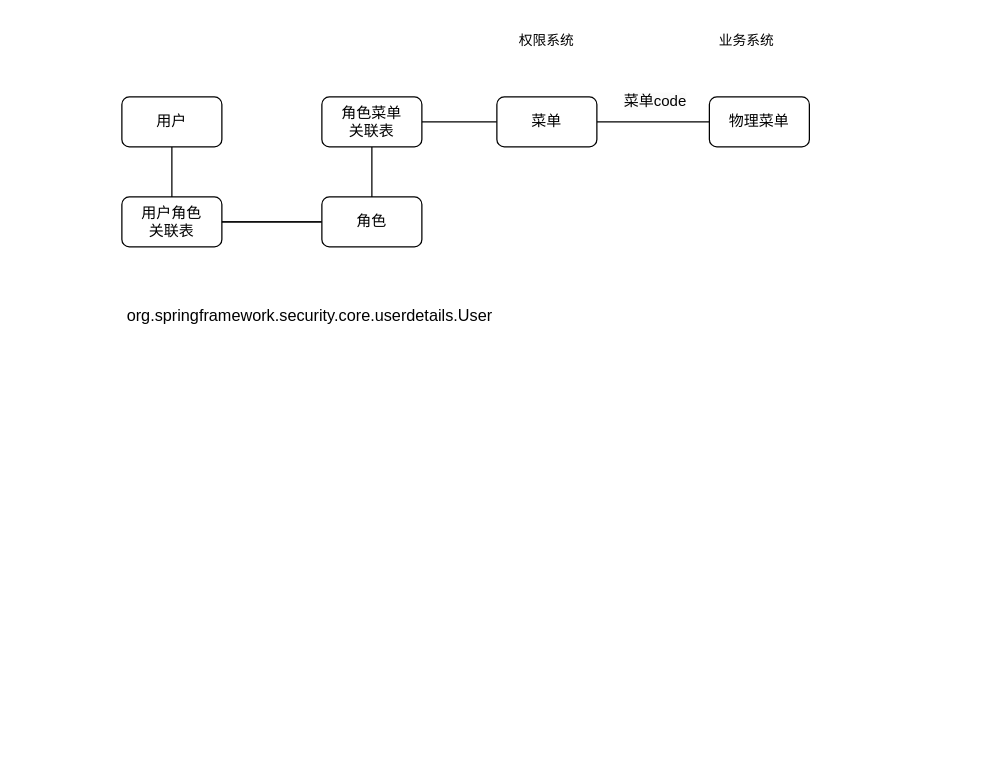
This is 权限模型-spirng authz.drawio from yamilinqh/spicedb, a draw.io file, before an edit. Source tidied: cells renumbered, new cells numbered last; positions are measured from the earlier drawing's top-left corner, leaving out a move shared by most shapes. Both pictures are drawn from the tidied source at 125%, with x=0, y=0 at pixel (109, 21).
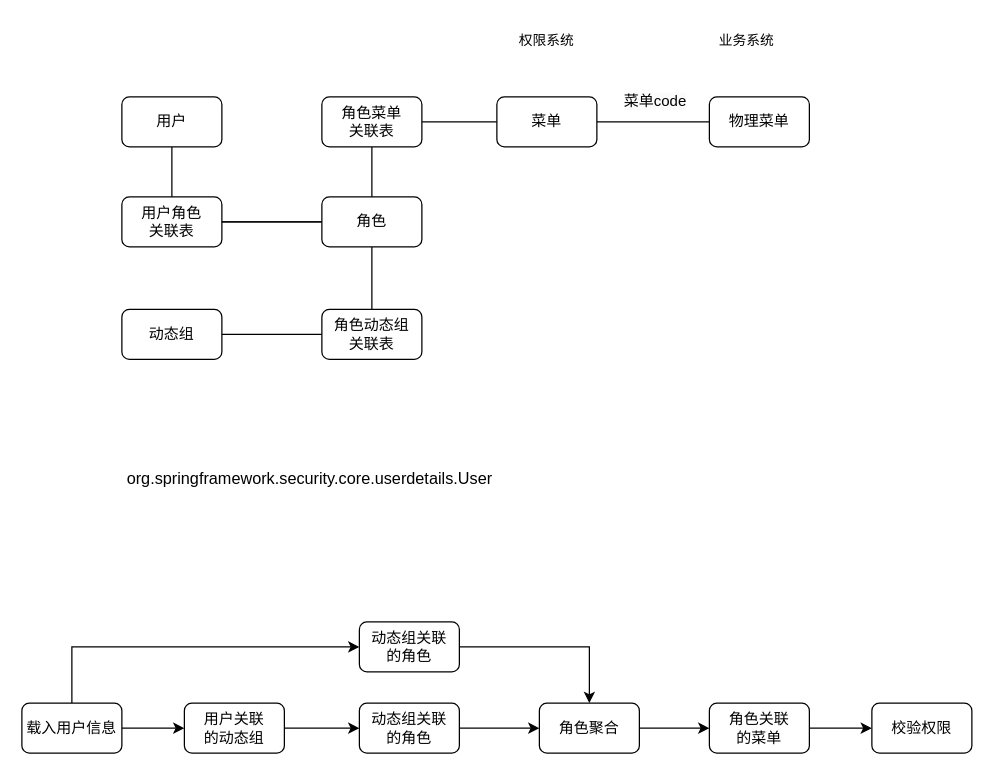
Above is the later version.

The change refers to these unchanged cells:
```xml
<mxCell id="8" value="角色" style="rounded=1;whiteSpace=wrap;html=1;" parent="1" vertex="1">
  <mxGeometry x="170" y="140" width="80" height="40" as="geometry" />
</mxCell>
```

What changed in the source:
```diff
@@
+    <mxCell id="18" style="edgeStyle=orthogonalEdgeStyle;rounded=0;jettySize=auto;html=1;endArrow=none;endFill=0;" parent="1" edge="1" source="8" target="20">
+      <mxGeometry relative="1" as="geometry" />
+    </mxCell>
@@
     <mxCell id="17" value="&lt;font style=&quot;font-size: 13px;&quot;&gt;org.springframework.security.core.userdetails.User&lt;/font&gt;" style="text;html=1;align=center;verticalAlign=middle;strokeColor=none;fillColor=none;fontFamily=Helvetica;fontSize=11;fontColor=default;labelBackgroundColor=default;" parent="1" vertex="1">
-      <mxGeometry y="220" width="320" height="30" as="geometry" />
+      <mxGeometry y="350" width="320" height="30" as="geometry" />
     </mxCell>
+    <mxCell id="19" style="edgeStyle=orthogonalEdgeStyle;shape=connector;rounded=0;jettySize=auto;html=1;strokeColor=default;align=center;verticalAlign=middle;fontFamily=Helvetica;fontSize=11;fontColor=default;labelBackgroundColor=default;endArrow=none;endFill=0;" parent="1" edge="1" source="20" target="21">
+      <mxGeometry relative="1" as="geometry" />
+    </mxCell>
+    <mxCell id="20" value="角色动态组&lt;div&gt;关联表&lt;/div&gt;" style="rounded=1;whiteSpace=wrap;html=1;" parent="1" vertex="1">
+      <mxGeometry x="170" y="230" width="80" height="40" as="geometry" />
+    </mxCell>
+    <mxCell id="21" value="动态组" style="rounded=1;whiteSpace=wrap;html=1;" parent="1" vertex="1">
+      <mxGeometry x="10" y="230" width="80" height="40" as="geometry" />
+    </mxCell>
+    <mxCell id="22" style="edgeStyle=orthogonalEdgeStyle;shape=connector;rounded=0;jettySize=auto;html=1;strokeColor=default;align=center;verticalAlign=middle;fontFamily=Helvetica;fontSize=11;fontColor=default;labelBackgroundColor=default;endArrow=classic;endFill=1;" parent="1" edge="1" source="24" target="26">
+      <mxGeometry relative="1" as="geometry" />
+    </mxCell>
+    <mxCell id="23" style="edgeStyle=orthogonalEdgeStyle;shape=connector;rounded=0;jettySize=auto;html=1;entryX=0;entryY=0.5;entryDx=0;entryDy=0;strokeColor=default;align=center;verticalAlign=middle;fontFamily=Helvetica;fontSize=11;fontColor=default;labelBackgroundColor=default;endArrow=classic;endFill=1;" parent="1" edge="1" source="24" target="32">
+      <mxGeometry relative="1" as="geometry">
+        <Array as="points">
+          <mxPoint x="-30" y="500" />
+        </Array>
+      </mxGeometry>
+    </mxCell>
+    <mxCell id="24" value="载入用户信息" style="rounded=1;whiteSpace=wrap;html=1;" parent="1" vertex="1">
+      <mxGeometry x="-70" y="545" width="80" height="40" as="geometry" />
+    </mxCell>
+    <mxCell id="25" style="edgeStyle=orthogonalEdgeStyle;shape=connector;rounded=0;jettySize=auto;html=1;strokeColor=default;align=center;verticalAlign=middle;fontFamily=Helvetica;fontSize=11;fontColor=default;labelBackgroundColor=default;endArrow=classic;endFill=1;" parent="1" edge="1" source="26" target="28">
+      <mxGeometry relative="1" as="geometry" />
+    </mxCell>
+    <mxCell id="26" value="用户关联&lt;br&gt;的动态组" style="rounded=1;whiteSpace=wrap;html=1;" parent="1" vertex="1">
+      <mxGeometry x="60" y="545" width="80" height="40" as="geometry" />
+    </mxCell>
+    <mxCell id="27" style="edgeStyle=orthogonalEdgeStyle;shape=connector;rounded=0;jettySize=auto;html=1;strokeColor=default;align=center;verticalAlign=middle;fontFamily=Helvetica;fontSize=11;fontColor=default;labelBackgroundColor=default;endArrow=classic;endFill=1;" parent="1" edge="1" source="28" target="30">
+      <mxGeometry relative="1" as="geometry" />
+    </mxCell>
+    <mxCell id="28" value="动态组关联&lt;br&gt;的角色" style="rounded=1;whiteSpace=wrap;html=1;" parent="1" vertex="1">
+      <mxGeometry x="200" y="545" width="80" height="40" as="geometry" />
+    </mxCell>
+    <mxCell id="29" style="edgeStyle=orthogonalEdgeStyle;shape=connector;rounded=0;jettySize=auto;html=1;strokeColor=default;align=center;verticalAlign=middle;fontFamily=Helvetica;fontSize=11;fontColor=default;labelBackgroundColor=default;endArrow=classic;endFill=1;" parent="1" edge="1" source="30" target="34">
+      <mxGeometry relative="1" as="geometry" />
+    </mxCell>
+    <mxCell id="30" value="角色聚合" style="rounded=1;whiteSpace=wrap;html=1;" parent="1" vertex="1">
+      <mxGeometry x="344" y="545" width="80" height="40" as="geometry" />
+    </mxCell>
+    <mxCell id="31" style="edgeStyle=orthogonalEdgeStyle;shape=connector;rounded=0;jettySize=auto;html=1;strokeColor=default;align=center;verticalAlign=middle;fontFamily=Helvetica;fontSize=11;fontColor=default;labelBackgroundColor=default;endArrow=classic;endFill=1;" parent="1" edge="1" source="32" target="30">
+      <mxGeometry relative="1" as="geometry" />
+    </mxCell>
+    <mxCell id="32" value="动态组关联&lt;br&gt;的角色" style="rounded=1;whiteSpace=wrap;html=1;" parent="1" vertex="1">
+      <mxGeometry x="200" y="480" width="80" height="40" as="geometry" />
+    </mxCell>
+    <mxCell id="33" style="edgeStyle=orthogonalEdgeStyle;shape=connector;rounded=0;jettySize=auto;html=1;strokeColor=default;align=center;verticalAlign=middle;fontFamily=Helvetica;fontSize=11;fontColor=default;labelBackgroundColor=default;endArrow=classic;endFill=1;" parent="1" edge="1" source="34" target="35">
+      <mxGeometry relative="1" as="geometry" />
+    </mxCell>
+    <mxCell id="34" value="角色关联&lt;div&gt;的菜单&lt;/div&gt;" style="rounded=1;whiteSpace=wrap;html=1;" parent="1" vertex="1">
+      <mxGeometry x="480" y="545" width="80" height="40" as="geometry" />
+    </mxCell>
+    <mxCell id="35" value="校验权限" style="rounded=1;whiteSpace=wrap;html=1;" parent="1" vertex="1">
+      <mxGeometry x="610" y="545" width="80" height="40" as="geometry" />
+    </mxCell>
```
